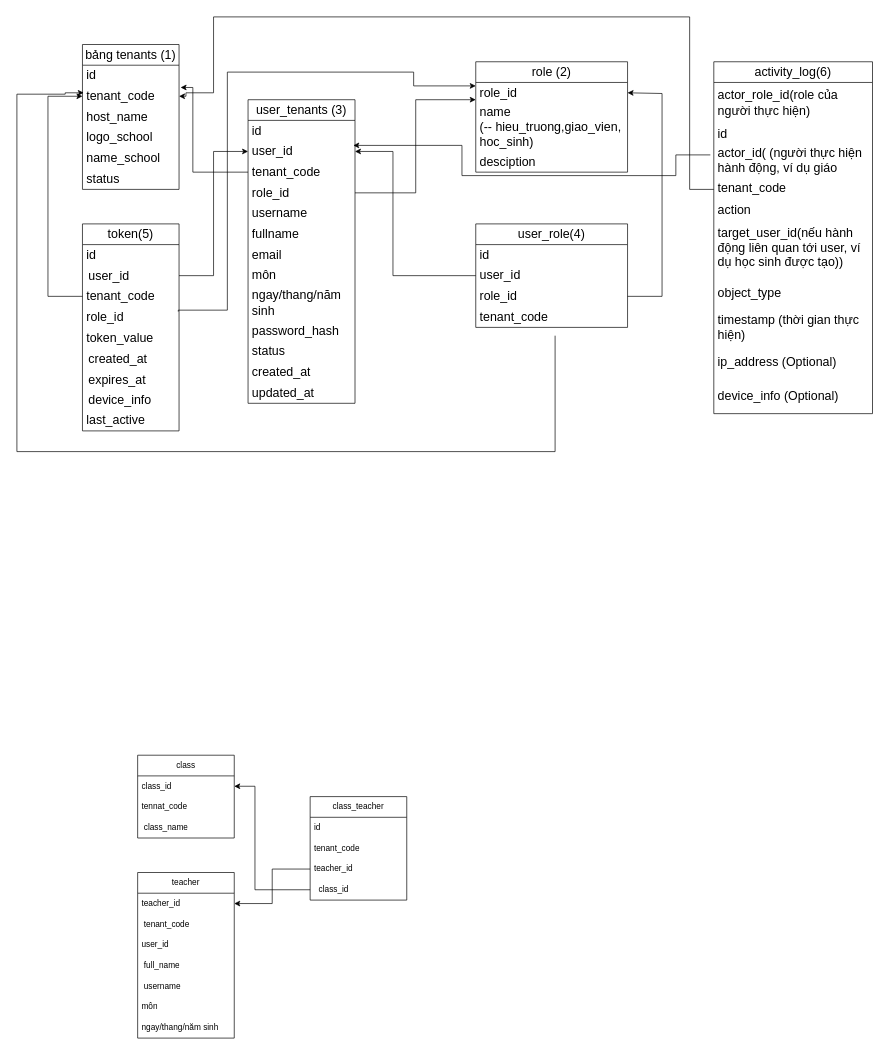
Before: csdlstudy.drawio in vuongnd03/black-had, a draw.io diagram. Source tidied: cells renumbered, new cells numbered last; positions are measured from the earlier drawing's top-left corner, leaving out a move shared by most shapes. Both pictures are drawn from the tidied source at 69%, with x=0, y=0 at pixel (17, 17).
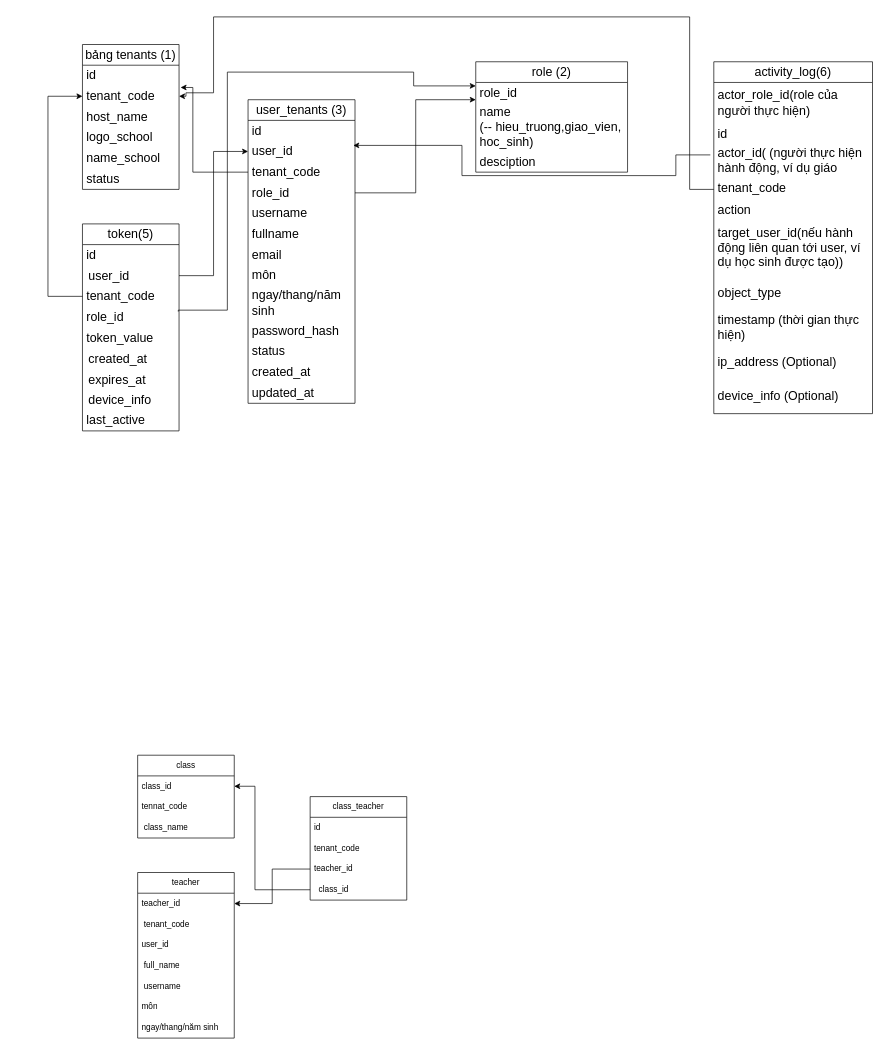
Above is the later version.

Unchanged cells that the change refers to:
```xml
<mxCell id="10" value="&lt;font style=&quot;font-size: 18px;&quot;&gt;role_id&lt;/font&gt;" style="text;strokeColor=none;fillColor=none;align=left;verticalAlign=middle;spacingLeft=4;spacingRight=4;overflow=hidden;points=[[0,0.5],[1,0.5]];portConstraint=eastwest;whiteSpace=wrap;html=1;" parent="9" vertex="1">
  <mxGeometry y="30" width="220" height="30" as="geometry" />
</mxCell>
<mxCell id="15" value="&lt;font style=&quot;font-size: 18px;&quot;&gt;user_id&lt;/font&gt;" style="text;strokeColor=none;fillColor=none;align=left;verticalAlign=middle;spacingLeft=4;spacingRight=4;overflow=hidden;points=[[0,0.5],[1,0.5]];portConstraint=eastwest;whiteSpace=wrap;html=1;" parent="13" vertex="1">
  <mxGeometry y="60" width="155" height="30" as="geometry" />
</mxCell>
```

Diff of the diagram source:
```diff
@@
-    <mxCell id="27" value="&lt;font style=&quot;font-size: 18px;&quot;&gt;user_role(4)&lt;/font&gt;" style="swimlane;fontStyle=0;horizontal=1;startSize=30;whiteSpace=wrap;html=1;" parent="1" vertex="1">
-      <mxGeometry x="665" y="300" width="220" height="150" as="geometry" />
-    </mxCell>
-    <mxCell id="28" value="&lt;font style=&quot;font-size: 18px;&quot;&gt;id&lt;/font&gt;" style="text;strokeColor=none;fillColor=none;align=left;verticalAlign=middle;spacingLeft=4;spacingRight=4;overflow=hidden;whiteSpace=wrap;html=1;" parent="27" vertex="1">
-      <mxGeometry y="30" width="220" height="30" as="geometry" />
-    </mxCell>
-    <mxCell id="29" value="&lt;font style=&quot;font-size: 18px;&quot;&gt;user_id&lt;/font&gt;" style="text;strokeColor=none;fillColor=none;align=left;verticalAlign=middle;spacingLeft=4;spacingRight=4;overflow=hidden;points=[[0,0.5],[1,0.5]];portConstraint=eastwest;whiteSpace=wrap;html=1;" parent="27" vertex="1">
-      <mxGeometry y="60" width="220" height="30" as="geometry" />
-    </mxCell>
-    <mxCell id="30" value="&lt;font style=&quot;font-size: 18px;&quot;&gt;role_id&lt;/font&gt;" style="text;strokeColor=none;fillColor=none;align=left;verticalAlign=middle;spacingLeft=4;spacingRight=4;overflow=hidden;points=[[0,0.5],[1,0.5]];portConstraint=eastwest;whiteSpace=wrap;html=1;" parent="27" vertex="1">
-      <mxGeometry y="90" width="220" height="30" as="geometry" />
-    </mxCell>
-    <mxCell id="31" value="&lt;font style=&quot;font-size: 18px;&quot;&gt;tenant_code&lt;/font&gt;" style="text;strokeColor=none;fillColor=none;align=left;verticalAlign=middle;spacingLeft=4;spacingRight=4;overflow=hidden;whiteSpace=wrap;html=1;" parent="27" vertex="1">
-      <mxGeometry y="120" width="220" height="30" as="geometry" />
-    </mxCell>
@@
-    <mxCell id="77" style="edgeStyle=orthogonalEdgeStyle;rounded=0;jettySize=auto;html=1;entryX=1;entryY=0.5;entryDx=0;entryDy=0;" parent="1" edge="1" source="29" target="15">
-      <mxGeometry relative="1" as="geometry">
-        <Array as="points">
-          <mxPoint x="545" y="375" />
-          <mxPoint x="545" y="195" />
-        </Array>
-      </mxGeometry>
-    </mxCell>
-    <mxCell id="78" style="edgeStyle=orthogonalEdgeStyle;rounded=0;jettySize=auto;html=1;entryX=1;entryY=0.5;entryDx=0;entryDy=0;" parent="1" edge="1" source="30" target="10">
-      <mxGeometry relative="1" as="geometry">
-        <Array as="points">
-          <mxPoint x="935" y="405" />
-          <mxPoint x="935" y="111" />
-        </Array>
-      </mxGeometry>
-    </mxCell>
-    <mxCell id="79" style="edgeStyle=orthogonalEdgeStyle;rounded=0;orthogonalLoop=1;jettySize=auto;html=1;entryX=-0.022;entryY=-0.066;entryDx=0;entryDy=0;entryPerimeter=0;" parent="1" edge="1">
-      <mxGeometry relative="1" as="geometry">
-        <mxPoint x="780" y="462" as="sourcePoint" />
-        <mxPoint x="96.9" y="110" as="targetPoint" />
-        <Array as="points">
-          <mxPoint x="780" y="630" />
-          <mxPoint y="630" />
-          <mxPoint y="112" />
-          <mxPoint x="70" y="112" />
-          <mxPoint x="70" y="110" />
-        </Array>
-      </mxGeometry>
-    </mxCell>
```
